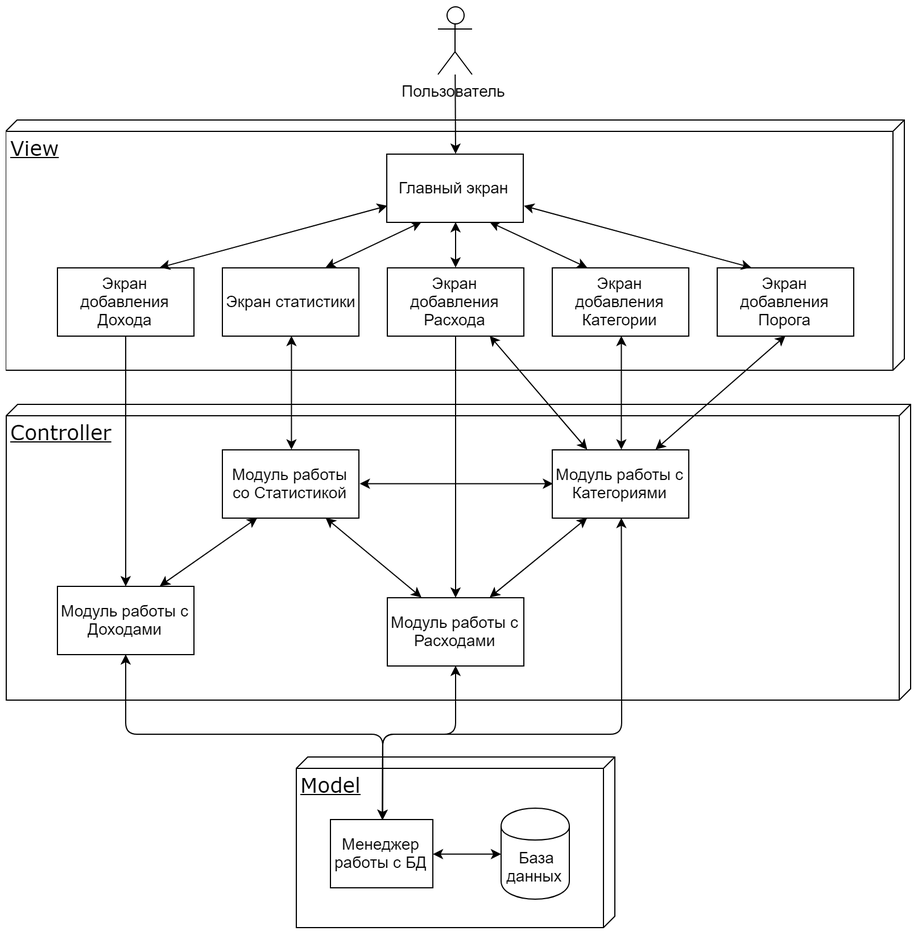
Above: Diagrams/img/Architecture.png in radiatus/MoneyKeeper (draw.io), before the change. Source tidied: cells renumbered, new cells last; positions are measured from the earlier drawing's top-left corner, leaving out a move shared by most shapes.
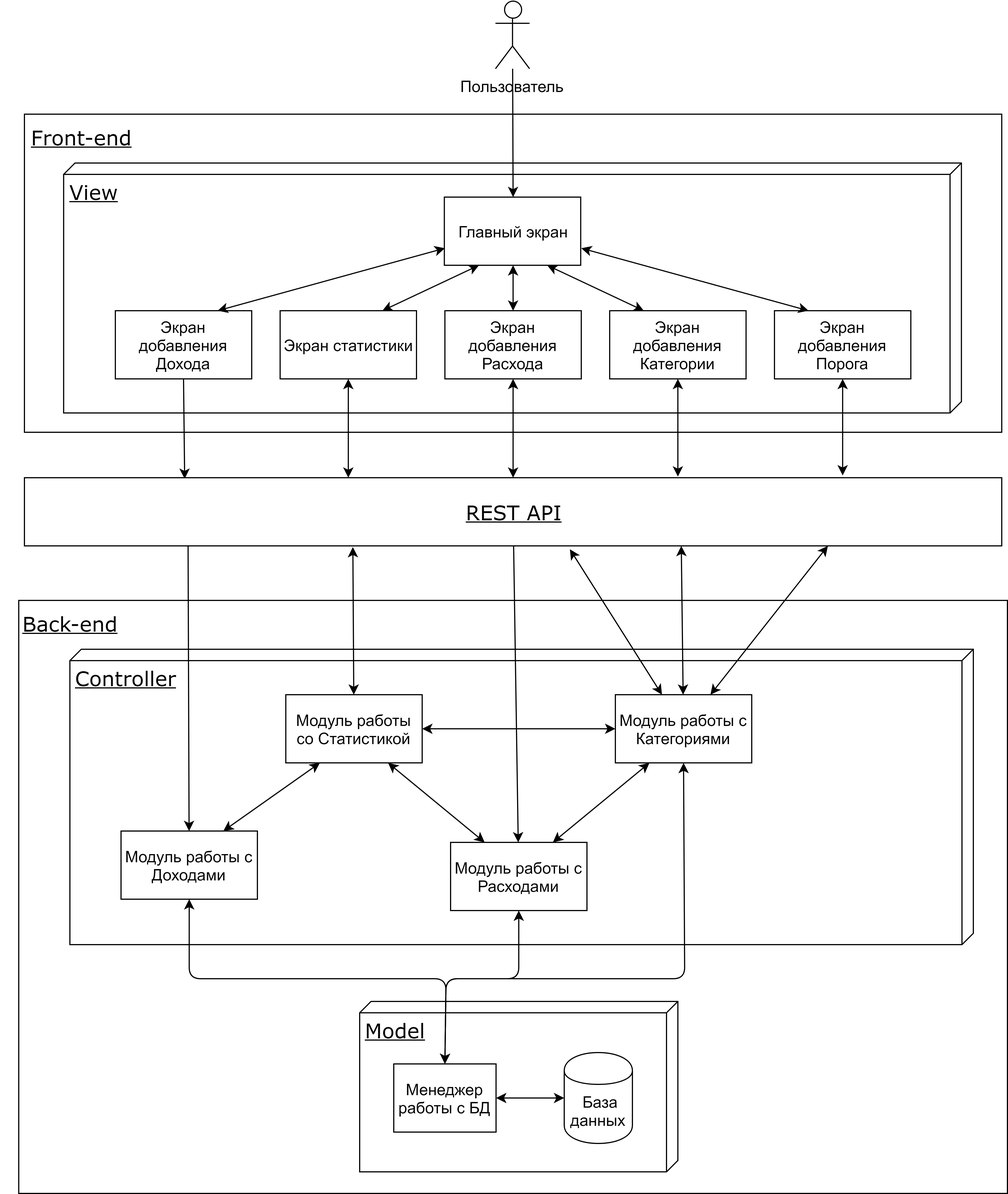
Above is the later version.

Diff of the diagram source:
```diff
@@ -2,65 +2,75 @@
   <root>
     <mxCell id="0" />
     <mxCell id="1" parent="0" />
+    <mxCell id="38" style="rounded=0;whiteSpace=wrap;html=1;strokeColor=#000000;" parent="1" vertex="1">
+      <mxGeometry x="-34" y="40" width="860" height="280" as="geometry" />
+    </mxCell>
+    <mxCell id="39" style="rounded=0;whiteSpace=wrap;html=1;" parent="1" vertex="1">
+      <mxGeometry x="-39" y="468" width="870" height="522" as="geometry" />
+    </mxCell>
     <mxCell id="2" value="&lt;span style=&quot;font-size: 18px&quot;&gt;Controller&lt;/span&gt;&lt;br&gt;" style="verticalAlign=top;align=left;spacingTop=8;spacingLeft=2;spacingRight=12;shape=cube;size=10;direction=south;fontStyle=4;html=1;rounded=0;shadow=0;comic=0;labelBackgroundColor=none;strokeColor=#000000;strokeWidth=1;fillColor=#ffffff;fontFamily=Verdana;fontSize=12;fontColor=#000000;" parent="1" vertex="1">
-      <mxGeometry x="1" y="350" width="795" height="260" as="geometry" />
+      <mxGeometry x="6" y="511" width="795" height="260" as="geometry" />
     </mxCell>
     <mxCell id="3" value="&lt;font style=&quot;font-size: 18px&quot;&gt;View&lt;br&gt;&lt;/font&gt;&lt;br&gt;" style="verticalAlign=top;align=left;spacingTop=8;spacingLeft=2;spacingRight=12;shape=cube;size=10;direction=south;fontStyle=4;html=1;rounded=0;shadow=0;comic=0;labelBackgroundColor=none;strokeColor=#000000;strokeWidth=1;fillColor=#ffffff;fontFamily=Verdana;fontSize=12;fontColor=#000000;" parent="1" vertex="1">
-      <mxGeometry x="0.5" y="100" width="790" height="220" as="geometry" />
+      <mxGeometry x="0.5" y="83" width="790" height="220" as="geometry" />
     </mxCell>
     <mxCell id="4" value="&lt;font style=&quot;font-size: 18px;&quot;&gt;Model&lt;br style=&quot;font-size: 18px;&quot;&gt;&lt;/font&gt;&lt;br style=&quot;font-size: 18px;&quot;&gt;" style="verticalAlign=top;align=left;spacingTop=8;spacingLeft=2;spacingRight=12;shape=cube;size=10;direction=south;fontStyle=4;html=1;rounded=0;shadow=0;comic=0;labelBackgroundColor=none;strokeColor=#000000;strokeWidth=1;fillColor=#ffffff;fontFamily=Verdana;fontSize=18;fontColor=#000000;" parent="1" vertex="1">
-      <mxGeometry x="256" y="660" width="280" height="150" as="geometry" />
+      <mxGeometry x="261" y="821" width="280" height="150" as="geometry" />
     </mxCell>
     <mxCell id="5" value="&amp;nbsp;База данных&lt;br style=&quot;font-size: 14px;&quot;&gt;" style="shape=cylinder;whiteSpace=wrap;html=1;boundedLbl=1;backgroundOutline=1;fontSize=14;" parent="1" vertex="1">
-      <mxGeometry x="436" y="705" width="60" height="80" as="geometry" />
+      <mxGeometry x="441" y="866" width="60" height="80" as="geometry" />
     </mxCell>
     <mxCell id="6" value="Менеджер работы с БД&lt;br&gt;" style="rounded=0;whiteSpace=wrap;html=1;fontSize=14;" parent="1" vertex="1">
-      <mxGeometry x="286" y="715" width="90" height="60" as="geometry" />
+      <mxGeometry x="291" y="876" width="90" height="60" as="geometry" />
     </mxCell>
     <mxCell id="7" value="Пользователь&lt;br&gt;" style="shape=umlActor;verticalLabelPosition=bottom;labelBackgroundColor=#ffffff;verticalAlign=top;html=1;outlineConnect=0;fontSize=14;" parent="1" vertex="1">
-      <mxGeometry x="380.5" width="30" height="60" as="geometry" />
+      <mxGeometry x="380.5" y="-60" width="30" height="60" as="geometry" />
     </mxCell>
     <mxCell id="8" value="Главный экран&lt;br&gt;" style="rounded=0;whiteSpace=wrap;html=1;fontSize=14;" parent="1" vertex="1">
-      <mxGeometry x="335.5" y="130" width="120" height="60" as="geometry" />
+      <mxGeometry x="335.5" y="113" width="120" height="60" as="geometry" />
     </mxCell>
     <mxCell id="9" value="Экран статистики&lt;br&gt;" style="rounded=0;whiteSpace=wrap;html=1;fontSize=14;" parent="1" vertex="1">
-      <mxGeometry x="191" y="230" width="120" height="60" as="geometry" />
+      <mxGeometry x="191" y="213" width="120" height="60" as="geometry" />
     </mxCell>
     <mxCell id="10" value="Экран добавления Расхода&lt;br&gt;" style="rounded=0;whiteSpace=wrap;html=1;fontSize=14;" parent="1" vertex="1">
-      <mxGeometry x="336" y="230" width="120" height="60" as="geometry" />
+      <mxGeometry x="336" y="213" width="120" height="60" as="geometry" />
     </mxCell>
     <mxCell id="11" value="Экран добавления Дохода&lt;br&gt;" style="rounded=0;whiteSpace=wrap;html=1;fontSize=14;" parent="1" vertex="1">
-      <mxGeometry x="46" y="230" width="120" height="60" as="geometry" />
+      <mxGeometry x="46" y="213" width="120" height="60" as="geometry" />
     </mxCell>
     <mxCell id="12" value="Экран добавления Категории&lt;br&gt;" style="rounded=0;whiteSpace=wrap;html=1;fontSize=14;" parent="1" vertex="1">
-      <mxGeometry x="481" y="230" width="120" height="60" as="geometry" />
+      <mxGeometry x="481" y="213" width="120" height="60" as="geometry" />
     </mxCell>
     <mxCell id="13" value="Экран добавления Порога&lt;br&gt;" style="rounded=0;whiteSpace=wrap;html=1;fontSize=14;" parent="1" vertex="1">
-      <mxGeometry x="626" y="230" width="120" height="60" as="geometry" />
+      <mxGeometry x="626" y="213" width="120" height="60" as="geometry" />
     </mxCell>
     <mxCell id="14" style="endArrow=classic;html=1;fontSize=14;entryX=0.5;entryY=0;entryDx=0;entryDy=0;" parent="1" edge="1" source="7" target="8">
       <mxGeometry relative="1" as="geometry" />
     </mxCell>
     <mxCell id="15" value="Модуль работы с Категориями&lt;br&gt;" style="rounded=0;whiteSpace=wrap;html=1;fontSize=14;" parent="1" vertex="1">
-      <mxGeometry x="481" y="390" width="120" height="60" as="geometry" />
+      <mxGeometry x="486" y="551" width="120" height="60" as="geometry" />
     </mxCell>
     <mxCell id="16" value="Модуль работы с Доходами" style="rounded=0;whiteSpace=wrap;html=1;fontSize=14;" parent="1" vertex="1">
-      <mxGeometry x="46" y="510" width="120" height="60" as="geometry" />
+      <mxGeometry x="51" y="671" width="120" height="60" as="geometry" />
     </mxCell>
     <mxCell id="17" value="Модуль работы с Расходами&lt;br&gt;" style="rounded=0;whiteSpace=wrap;html=1;fontSize=14;" parent="1" vertex="1">
-      <mxGeometry x="336" y="520" width="120" height="60" as="geometry" />
+      <mxGeometry x="341" y="681" width="120" height="60" as="geometry" />
     </mxCell>
-    <mxCell id="18" style="endArrow=classic;startArrow=classic;html=1;fontSize=14;exitX=0.5;exitY=0;exitDx=0;exitDy=0;entryX=0.5;entryY=1;entryDx=0;entryDy=0;" parent="1" edge="1" source="21" target="9">
-      <mxGeometry relative="1" as="geometry" />
+    <mxCell id="18" style="endArrow=classic;startArrow=classic;html=1;fontSize=14;entryX=0.5;entryY=1;entryDx=0;entryDy=0;" parent="1" edge="1" target="9">
+      <mxGeometry relative="1" as="geometry">
+        <mxPoint x="251" y="360" as="sourcePoint" />
+      </mxGeometry>
     </mxCell>
-    <mxCell id="19" style="endArrow=classic;startArrow=classic;html=1;fontSize=14;entryX=0.5;entryY=1;entryDx=0;entryDy=0;exitX=0.75;exitY=0;exitDx=0;exitDy=0;" parent="1" edge="1" source="15" target="13">
-      <mxGeometry relative="1" as="geometry" />
+    <mxCell id="19" style="endArrow=classic;startArrow=classic;html=1;fontSize=14;entryX=0.5;entryY=1;entryDx=0;entryDy=0;" parent="1" edge="1" target="13">
+      <mxGeometry relative="1" as="geometry">
+        <mxPoint x="686" y="358" as="sourcePoint" />
+      </mxGeometry>
     </mxCell>
     <mxCell id="20" style="endArrow=classic;startArrow=classic;html=1;fontSize=14;exitX=0.75;exitY=0;exitDx=0;exitDy=0;entryX=0.25;entryY=1;entryDx=0;entryDy=0;" parent="1" edge="1" source="17" target="15">
       <mxGeometry relative="1" as="geometry" />
     </mxCell>
     <mxCell id="21" value="&lt;span&gt;Модуль работы со Статистикой&lt;br&gt;&lt;/span&gt;" style="rounded=0;whiteSpace=wrap;html=1;fontSize=14;" parent="1" vertex="1">
-      <mxGeometry x="191" y="390" width="120" height="60" as="geometry" />
+      <mxGeometry x="196" y="551" width="120" height="60" as="geometry" />
     </mxCell>
     <mxCell id="22" style="endArrow=classic;startArrow=classic;html=1;fontSize=14;entryX=1;entryY=0.5;entryDx=0;entryDy=0;exitX=0;exitY=0.5;exitDx=0;exitDy=0;" parent="1" edge="1" source="15" target="21">
       <mxGeometry relative="1" as="geometry" />
@@ -71,43 +81,40 @@
     <mxCell id="24" style="endArrow=classic;startArrow=classic;html=1;fontSize=14;entryX=0.75;entryY=1;entryDx=0;entryDy=0;exitX=0.25;exitY=0;exitDx=0;exitDy=0;" parent="1" edge="1" source="17" target="21">
       <mxGeometry relative="1" as="geometry" />
     </mxCell>
-    <mxCell id="25" style="endArrow=classic;startArrow=classic;html=1;fontSize=14;entryX=0.75;entryY=1;entryDx=0;entryDy=0;exitX=0.25;exitY=0;exitDx=0;exitDy=0;" parent="1" edge="1" source="15" target="10">
+    <mxCell id="25" style="endArrow=classic;startArrow=classic;html=1;fontSize=14;entryX=0.5;entryY=1;entryDx=0;entryDy=0;exitX=0.5;exitY=0;exitDx=0;exitDy=0;" parent="1" edge="1" source="42" target="10">
       <mxGeometry relative="1" as="geometry" />
     </mxCell>
-    <mxCell id="26" style="endArrow=classic;startArrow=classic;html=1;fontSize=14;entryX=0.5;entryY=1;entryDx=0;entryDy=0;exitX=0.5;exitY=0;exitDx=0;exitDy=0;" parent="1" edge="1" source="15" target="12">
+    <mxCell id="26" style="endArrow=classic;startArrow=classic;html=1;fontSize=14;entryX=0.5;entryY=1;entryDx=0;entryDy=0;exitX=0.669;exitY=-0.023;exitDx=0;exitDy=0;exitPerimeter=0;" parent="1" edge="1" source="42" target="12">
       <mxGeometry relative="1" as="geometry" />
     </mxCell>
     <mxCell id="27" style="endArrow=classic;startArrow=classic;html=1;fontSize=14;entryX=0.5;entryY=1;entryDx=0;entryDy=0;exitX=0.5;exitY=0;exitDx=0;exitDy=0;" parent="1" edge="1" source="6" target="16">
       <mxGeometry relative="1" as="geometry">
         <Array as="points">
-          <mxPoint x="332" y="640" />
-          <mxPoint x="106" y="640" />
+          <mxPoint x="337" y="801" />
+          <mxPoint x="111" y="801" />
         </Array>
       </mxGeometry>
     </mxCell>
     <mxCell id="28" style="endArrow=classic;startArrow=classic;html=1;fontSize=14;entryX=0.5;entryY=1;entryDx=0;entryDy=0;exitX=0.5;exitY=0;exitDx=0;exitDy=0;" parent="1" edge="1" source="6" target="17">
       <mxGeometry relative="1" as="geometry">
         <Array as="points">
-          <mxPoint x="332" y="640" />
-          <mxPoint x="396" y="640" />
+          <mxPoint x="337" y="801" />
+          <mxPoint x="401" y="801" />
         </Array>
       </mxGeometry>
     </mxCell>
     <mxCell id="29" style="endArrow=classic;startArrow=classic;html=1;fontSize=14;entryX=0.5;entryY=1;entryDx=0;entryDy=0;exitX=0.5;exitY=0;exitDx=0;exitDy=0;" parent="1" edge="1" source="6" target="15">
       <mxGeometry relative="1" as="geometry">
         <Array as="points">
-          <mxPoint x="332" y="640" />
-          <mxPoint x="542" y="640" />
+          <mxPoint x="337" y="801" />
+          <mxPoint x="547" y="801" />
         </Array>
       </mxGeometry>
     </mxCell>
     <mxCell id="30" style="endArrow=classic;startArrow=classic;html=1;fontSize=18;fontColor=none;entryX=0;entryY=0.5;entryDx=0;entryDy=0;exitX=1;exitY=0.5;exitDx=0;exitDy=0;" parent="1" edge="1" source="6" target="5">
       <mxGeometry relative="1" as="geometry" />
     </mxCell>
-    <mxCell id="31" style="endArrow=classic;html=1;fontSize=14;fontColor=none;exitX=0.5;exitY=1;exitDx=0;exitDy=0;" parent="1" edge="1" source="10" target="17">
-      <mxGeometry relative="1" as="geometry" />
-    </mxCell>
-    <mxCell id="32" style="endArrow=classic;html=1;fontSize=14;fontColor=none;exitX=0.5;exitY=1;exitDx=0;exitDy=0;" parent="1" edge="1" source="11" target="16">
+    <mxCell id="32" style="endArrow=classic;html=1;fontSize=14;fontColor=none;exitX=0.5;exitY=1;exitDx=0;exitDy=0;entryX=0.164;entryY=0.023;entryDx=0;entryDy=0;entryPerimeter=0;" parent="1" edge="1" source="11" target="42">
       <mxGeometry relative="1" as="geometry" />
     </mxCell>
     <mxCell id="33" style="endArrow=classic;startArrow=classic;html=1;fontSize=14;fontColor=none;entryX=0;entryY=0.75;entryDx=0;entryDy=0;exitX=0.75;exitY=0;exitDx=0;exitDy=0;" parent="1" edge="1" source="11" target="8">
@@ -125,5 +132,34 @@
     <mxCell id="37" style="endArrow=classic;startArrow=classic;html=1;fontSize=14;fontColor=none;exitX=0.25;exitY=0;exitDx=0;exitDy=0;entryX=1;entryY=0.75;entryDx=0;entryDy=0;" parent="1" edge="1" source="13" target="8">
       <mxGeometry relative="1" as="geometry" />
     </mxCell>
+    <mxCell id="40" value="&lt;div style=&quot;text-align: left&quot;&gt;&lt;span style=&quot;font-size: 18px ; font-family: &amp;#34;verdana&amp;#34;&quot;&gt;&lt;u&gt;Back-end&lt;/u&gt;&lt;/span&gt;&lt;/div&gt;" style="text;html=1;strokeColor=none;fillColor=none;align=center;verticalAlign=middle;whiteSpace=wrap;rounded=0;" parent="1" vertex="1">
+      <mxGeometry x="-54.5" y="478" width="120" height="20" as="geometry" />
+    </mxCell>
+    <mxCell id="41" value="&lt;div style=&quot;text-align: left&quot;&gt;&lt;span style=&quot;font-size: 18px ; font-family: &amp;#34;verdana&amp;#34;&quot;&gt;&lt;u&gt;Front-end&lt;/u&gt;&lt;/span&gt;&lt;/div&gt;" style="text;html=1;strokeColor=none;fillColor=none;align=center;verticalAlign=middle;whiteSpace=wrap;rounded=0;" parent="1" vertex="1">
+      <mxGeometry x="-44" y="50" width="120" height="20" as="geometry" />
+    </mxCell>
+    <mxCell id="42" value="&lt;font face=&quot;Verdana&quot; style=&quot;font-size: 18px&quot;&gt;&lt;u&gt;REST API&lt;/u&gt;&lt;/font&gt;" style="rounded=0;whiteSpace=wrap;html=1;strokeColor=#000000;" parent="1" vertex="1">
+      <mxGeometry x="-34" y="360" width="860" height="60" as="geometry" />
+    </mxCell>
+    <mxCell id="43" style="endArrow=classic;html=1;fontSize=14;fontColor=none;exitX=0.167;exitY=0.993;exitDx=0;exitDy=0;exitPerimeter=0;" parent="1" edge="1" source="42" target="16">
+      <mxGeometry relative="1" as="geometry" />
+    </mxCell>
+    <mxCell id="44" style="endArrow=classic;startArrow=classic;html=1;fontSize=14;entryX=0.336;entryY=1.023;entryDx=0;entryDy=0;entryPerimeter=0;" parent="1" edge="1" source="21" target="42">
+      <mxGeometry relative="1" as="geometry" />
+    </mxCell>
+    <mxCell id="45" style="endArrow=classic;html=1;fontSize=14;fontColor=none;" parent="1" edge="1" source="42" target="17">
+      <mxGeometry relative="1" as="geometry" />
+    </mxCell>
+    <mxCell id="46" style="endArrow=classic;startArrow=classic;html=1;fontSize=14;" parent="1" edge="1" source="15">
+      <mxGeometry relative="1" as="geometry">
+        <mxPoint x="446" y="423" as="targetPoint" />
+      </mxGeometry>
+    </mxCell>
+    <mxCell id="47" style="endArrow=classic;startArrow=classic;html=1;fontSize=14;entryX=0.672;entryY=1.008;entryDx=0;entryDy=0;entryPerimeter=0;" parent="1" edge="1" source="15" target="42">
+      <mxGeometry relative="1" as="geometry" />
+    </mxCell>
+    <mxCell id="48" style="endArrow=classic;startArrow=classic;html=1;fontSize=14;entryX=0.822;entryY=0.993;entryDx=0;entryDy=0;entryPerimeter=0;" parent="1" edge="1" source="15" target="42">
+      <mxGeometry relative="1" as="geometry" />
+    </mxCell>
   </root>
 </mxGraphModel>
```
